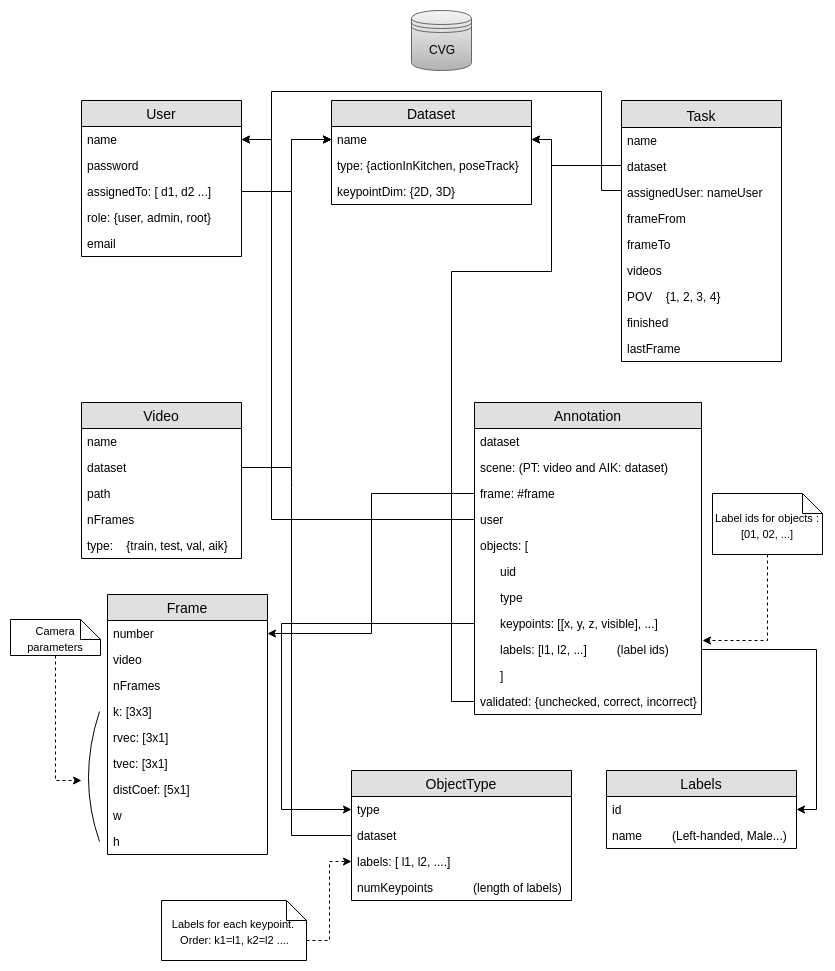
The draw.io diagram images/CVG_BBDD.png in bonn-activity-maps/bam_annotation_tool, before a commit. Source tidied: cells renumbered, new cells last; positions are measured from the earlier drawing's top-left corner, leaving out a move shared by most shapes.
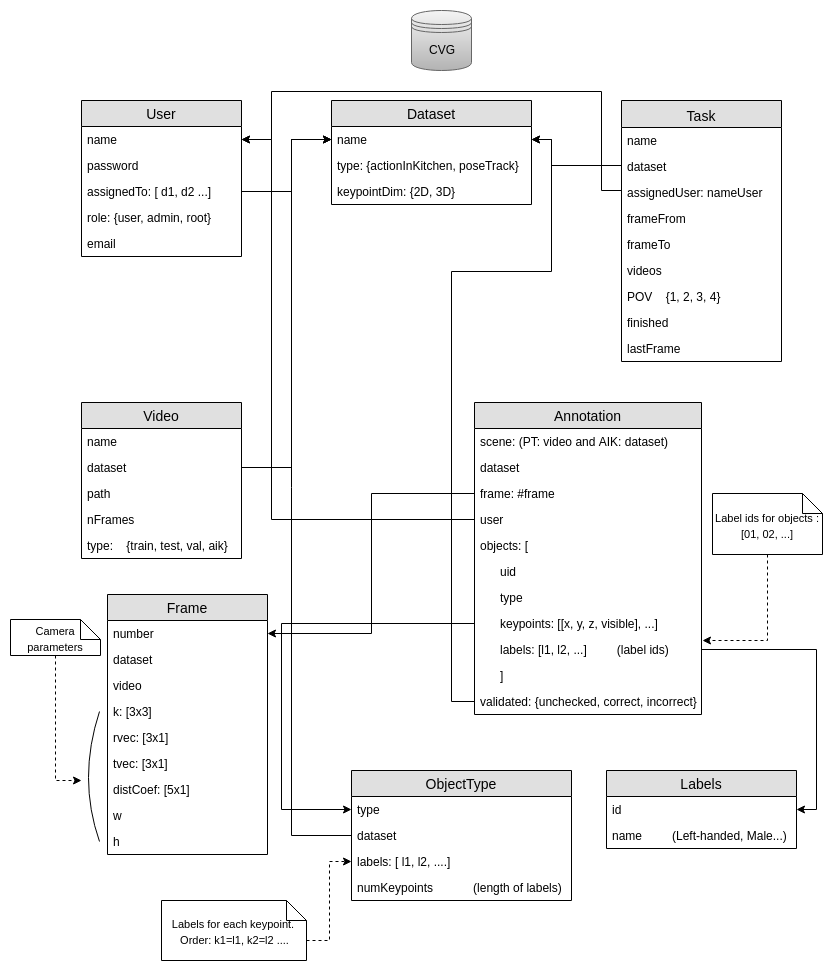
The same diagram one commit later.

Commit message:
#51 #60 Changes in DB. Add frame, change dataset, annotation and video. Change upload. Read data from AIK and PT in callback

Diff of the diagram source:
```diff
@@ -46,12 +46,12 @@
     <mxCell id="14" value="Annotation" style="swimlane;fontStyle=0;horizontal=1;startSize=26;fillColor=#e0e0e0;swimlaneFillColor=#ffffff;align=center;fontSize=14;" parent="1" vertex="1">
       <mxGeometry x="464" y="392" width="227" height="312" as="geometry" />
     </mxCell>
-    <mxCell id="15" value="dataset" style="text;strokeColor=none;fillColor=none;spacingLeft=4;spacingRight=4;overflow=hidden;fontSize=12;" parent="14" vertex="1">
+    <mxCell id="15" value="scene: (PT: video and AIK: dataset)" style="text;strokeColor=none;fillColor=none;spacingLeft=4;spacingRight=4;overflow=hidden;fontSize=12;" parent="14" vertex="1">
       <mxGeometry y="26" width="227" height="26" as="geometry" />
     </mxCell>
-    <mxCell id="16" value="scene: (PT: video and AIK: dataset)" style="text;strokeColor=none;fillColor=none;spacingLeft=4;spacingRight=4;overflow=hidden;fontSize=12;" parent="14" vertex="1">
-      <mxGeometry y="52" width="227" height="26" as="geometry" />
-    </mxCell>
+    <mxCell id="76" value="dataset" style="text;strokeColor=none;fillColor=none;spacingLeft=4;spacingRight=4;overflow=hidden;fontSize=12;" parent="14" vertex="1">
+      <mxGeometry y="52" width="227" height="26" as="geometry" />
+    </mxCell>
     <mxCell id="17" value="frame: #frame" style="text;strokeColor=none;fillColor=none;spacingLeft=4;spacingRight=4;overflow=hidden;points=[[0,0.5],[1,0.5]];portConstraint=eastwest;fontSize=12;" parent="14" vertex="1">
       <mxGeometry y="78" width="227" height="26" as="geometry" />
     </mxCell>
@@ -221,12 +221,12 @@
     <mxCell id="62" value="number" style="text;strokeColor=none;fillColor=none;spacingLeft=4;spacingRight=4;overflow=hidden;points=[[0,0.5],[1,0.5]];portConstraint=eastwest;fontSize=12;" parent="61" vertex="1">
       <mxGeometry y="26" width="160" height="26" as="geometry" />
     </mxCell>
-    <mxCell id="63" value="video" style="text;strokeColor=none;fillColor=none;spacingLeft=4;spacingRight=4;overflow=hidden;fontSize=12;" parent="61" vertex="1">
+    <mxCell id="63" value="dataset" style="text;strokeColor=none;fillColor=none;spacingLeft=4;spacingRight=4;overflow=hidden;fontSize=12;" parent="61" vertex="1">
       <mxGeometry y="52" width="160" height="26" as="geometry" />
     </mxCell>
-    <mxCell id="64" value="nFrames&#10;" style="text;strokeColor=none;fillColor=none;spacingLeft=4;spacingRight=4;overflow=hidden;fontSize=12;" parent="61" vertex="1">
-      <mxGeometry y="78" width="160" height="26" as="geometry" />
-    </mxCell>
+    <mxCell id="77" value="video" style="text;strokeColor=none;fillColor=none;spacingLeft=4;spacingRight=4;overflow=hidden;fontSize=12;" parent="61" vertex="1">
+      <mxGeometry y="78" width="160" height="26" as="geometry" />
+    </mxCell>
     <mxCell id="65" value="k: [3x3]&#10;" style="text;strokeColor=none;fillColor=none;spacingLeft=4;spacingRight=4;overflow=hidden;fontSize=12;" parent="61" vertex="1">
       <mxGeometry y="104" width="160" height="26" as="geometry" />
     </mxCell>
```
